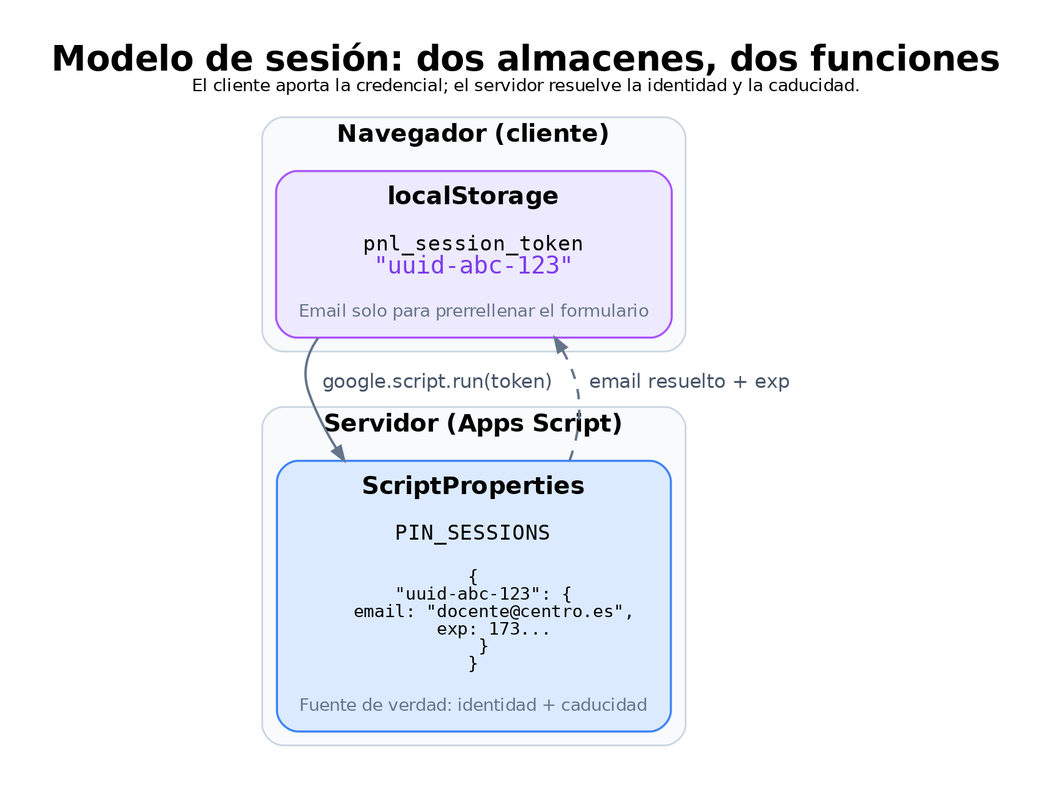
Before: docs/images/session-model.png, a diagram exported from Graphviz (pfelipm/panel-dedicacion-no-lectiva). Its source is kept beside it as docs/images/session-model.dot. Its diagram source:
```dot
digraph SessionModel {
  graph [
    rankdir=TB,
    bgcolor="white",
    pad="0.30",
    nodesep="0.45",
    ranksep="0.55",
    fontname="DejaVu Sans",
    label=<<B>Modelo de sesión: dos almacenes, dos funciones</B><BR/><FONT POINT-SIZE="10">El cliente aporta la credencial; el servidor resuelve la identidad y la caducidad.</FONT>>,
    labelloc="t",
    fontsize=20
  ];

  node [
    shape=box,
    style="rounded,filled",
    fontname="DejaVu Sans",
    fontsize=14,
    margin="0.18,0.12",
    penwidth=1.2
  ];

  edge [
    color="#64748b",
    penwidth=1.4,
    arrowsize=0.8,
    fontname="DejaVu Sans",
    fontsize=11,
    fontcolor="#475569"
  ];

  subgraph cluster_client {
    label=<<B>Navegador (cliente)</B>>;
    fontname="DejaVu Sans";
    fontsize=14;
    color="#cbd5e1";
    style="rounded";
    bgcolor="#f8fafc";

    local [label=<<B>localStorage</B><BR/><BR/><FONT FACE="DejaVu Sans Mono" POINT-SIZE="12">pnl_session_token</FONT><BR/><FONT FACE="DejaVu Sans Mono" COLOR="#7c3aed" POINT-SIZE="14">"uuid-abc-123"</FONT><BR/><BR/><FONT POINT-SIZE="10" COLOR="#64748b">Email solo para prerrellenar el formulario</FONT>>, fillcolor="#ede9fe", color="#a855f7"];
  }

  subgraph cluster_server {
    label=<<B>Servidor (Apps Script)</B>>;
    fontname="DejaVu Sans";
    fontsize=14;
    color="#cbd5e1";
    style="rounded";
    bgcolor="#f8fafc";

    props [label=<<B>ScriptProperties</B><BR/><BR/><FONT FACE="DejaVu Sans Mono" POINT-SIZE="12">PIN_SESSIONS</FONT><BR/><BR/><FONT FACE="DejaVu Sans Mono" POINT-SIZE="10">{<BR/>  "uuid-abc-123": {<BR/>    email: "docente@centro.es",<BR/>    exp: 173...<BR/>  }<BR/>}</FONT><BR/><BR/><FONT POINT-SIZE="10" COLOR="#64748b">Fuente de verdad: identidad + caducidad</FONT>>, fillcolor="#dbeafe", color="#3b82f6"];
  }

  local -> props [label="  google.script.run(token)  "];
  props -> local [label="  email resuelto + exp  ", style=dashed];
}
```
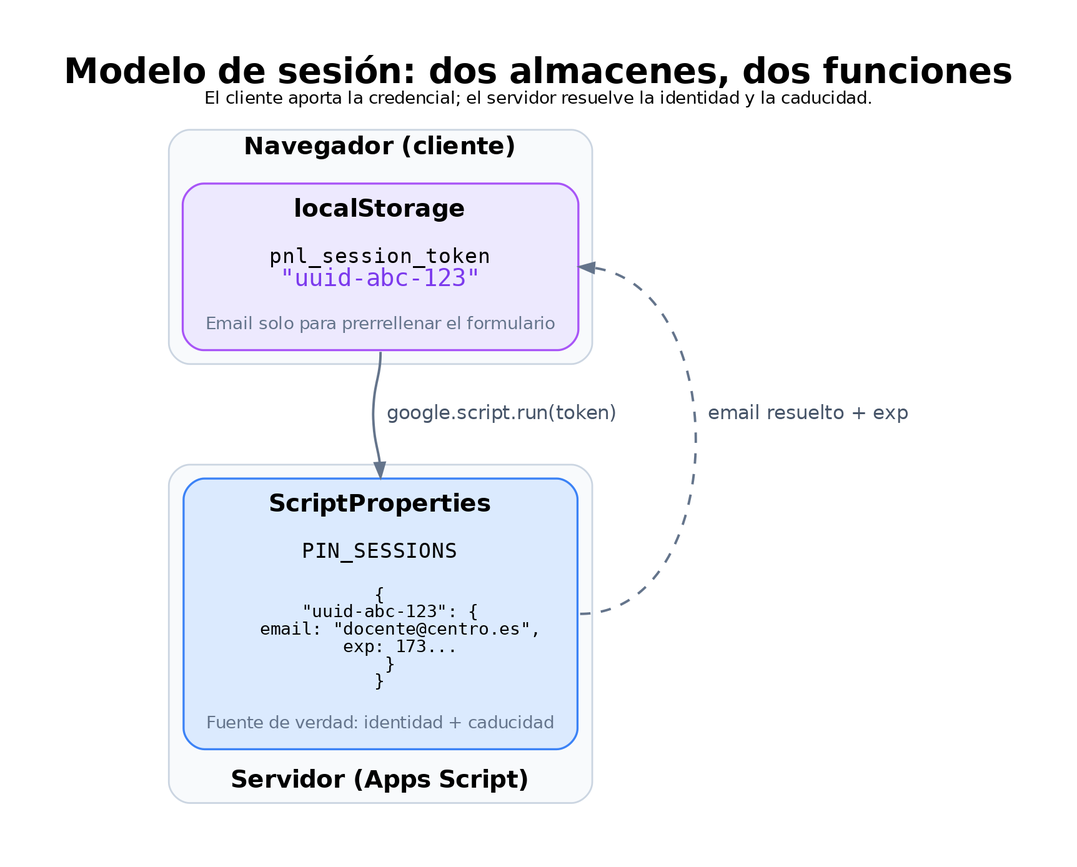
The same diagram one commit later.

Commit message:
docs: pulir banner y diagramas del README

What changed in the source:
```diff
@@ -2,9 +2,9 @@
   graph [
     rankdir=TB,
     bgcolor="white",
-    pad="0.30",
-    nodesep="0.45",
-    ranksep="0.55",
+    pad="0.40",
+    nodesep="0.50",
+    ranksep="0.85",
     fontname="DejaVu Sans",
     label=<<B>Modelo de sesión: dos almacenes, dos funciones</B><BR/><FONT POINT-SIZE="10">El cliente aporta la credencial; el servidor resuelve la identidad y la caducidad.</FONT>>,
     labelloc="t",
@@ -31,6 +31,8 @@
 
   subgraph cluster_client {
     label=<<B>Navegador (cliente)</B>>;
+    labelloc="t";
+    labeljust="c";
     fontname="DejaVu Sans";
     fontsize=14;
     color="#cbd5e1";
@@ -42,6 +44,8 @@
 
   subgraph cluster_server {
     label=<<B>Servidor (Apps Script)</B>>;
+    labelloc="b";
+    labeljust="c";
     fontname="DejaVu Sans";
     fontsize=14;
     color="#cbd5e1";
@@ -51,6 +55,6 @@
     props [label=<<B>ScriptProperties</B><BR/><BR/><FONT FACE="DejaVu Sans Mono" POINT-SIZE="12">PIN_SESSIONS</FONT><BR/><BR/><FONT FACE="DejaVu Sans Mono" POINT-SIZE="10">{<BR/>  "uuid-abc-123": {<BR/>    email: "docente@centro.es",<BR/>    exp: 173...<BR/>  }<BR/>}</FONT><BR/><BR/><FONT POINT-SIZE="10" COLOR="#64748b">Fuente de verdad: identidad + caducidad</FONT>>, fillcolor="#dbeafe", color="#3b82f6"];
   }
 
-  local -> props [label="  google.script.run(token)  "];
-  props -> local [label="  email resuelto + exp  ", style=dashed];
+  local:s -> props:n [label="  google.script.run(token)  ", labeljust="l"];
+  props:e -> local:e [label="  email resuelto + exp  ", style=dashed, constraint=false, labeljust="r"];
 }
```
